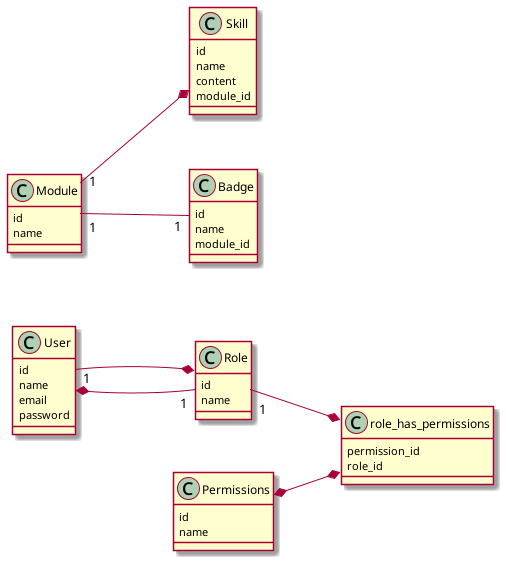
Earlier version of the PlantUML export out/Diagram/class diagram/classDiagram/classDiagram.png (yahya-basri/fil-rouge).
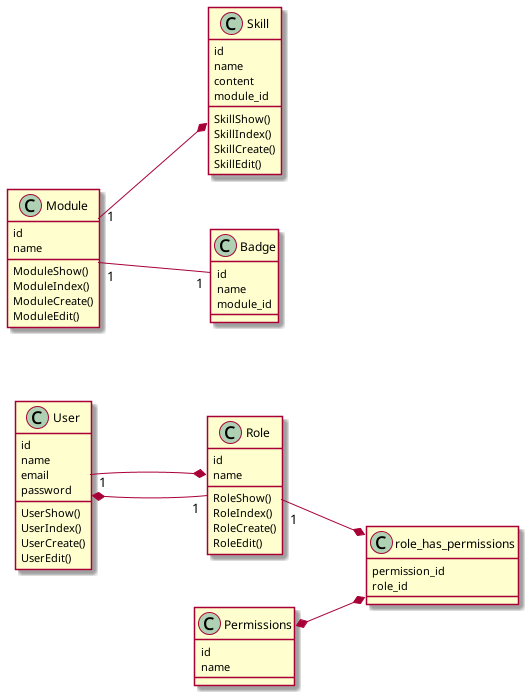
After the commit.

Diff of the diagram source:
```diff
@@ -6,11 +6,19 @@
     name
     email
     password
+    UserShow()
+    UserIndex()
+    UserCreate()
+    UserEdit()
 }
 
 class Module{
     id
     name
+    ModuleShow()
+    ModuleIndex()
+    ModuleCreate()
+    ModuleEdit()
 }
 
 class Skill{
@@ -18,11 +26,19 @@
     name
     content
     module_id
+    SkillShow()
+    SkillIndex()
+    SkillCreate()
+    SkillEdit()
 }
 
 class Role{
     id
     name
+    RoleShow()
+    RoleIndex()
+    RoleCreate()
+    RoleEdit()
 }
 
 class Permissions{
```
